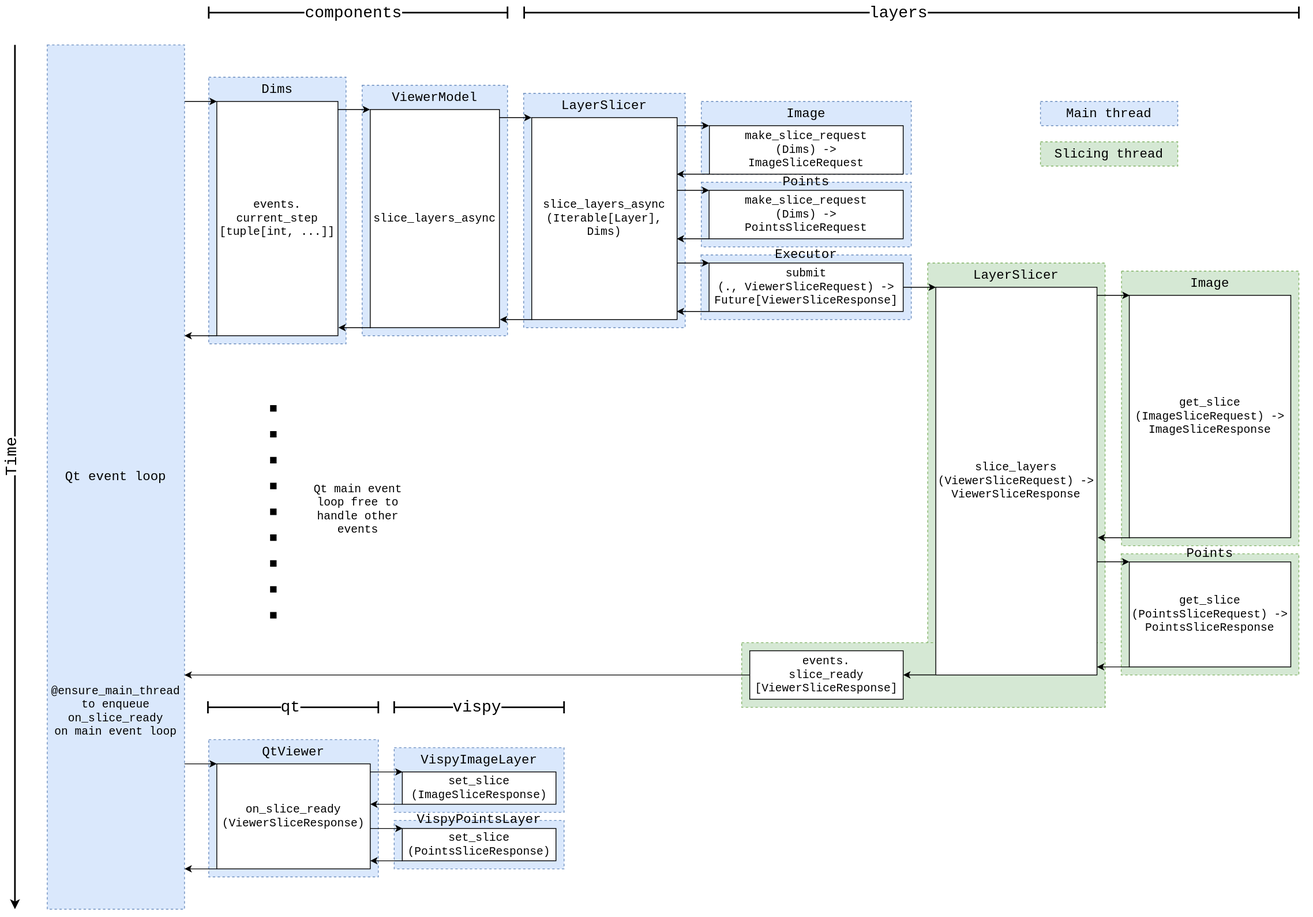
andy-sweet/napari-diagrams keeps this draw.io diagram as napari-slicing-async-calls.drawio.svg. Above is the earlier version. Source tidied: cells renumbered, new cells last; positions are measured from the earlier drawing's top-left corner, leaving out a move shared by most shapes.
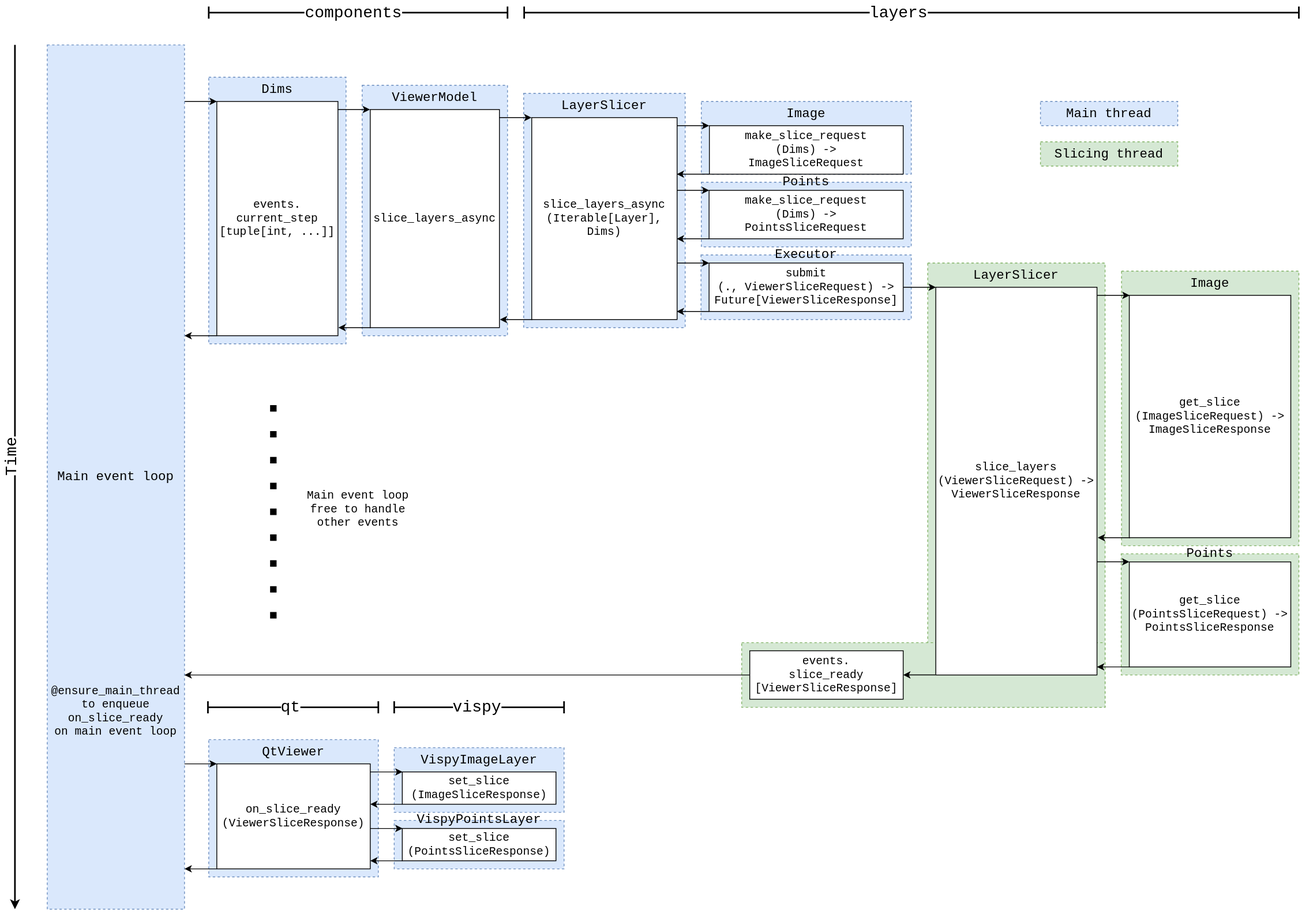
Later version of the same file.

What changed in the source:
```diff
@@ -212,7 +212,7 @@
     <mxCell id="50" value="&lt;font style=&quot;font-size: 20px;&quot;&gt;Time&lt;/font&gt;" style="edgeLabel;html=1;align=center;verticalAlign=middle;fontSize=24;horizontal=0;fontFamily=Courier New;" parent="49" vertex="1">
       <mxGeometry x="-0.04" y="-5" relative="1" as="geometry" />
     </mxCell>
-    <mxCell id="51" value="Qt event loop" style="rounded=0;whiteSpace=wrap;html=1;verticalAlign=middle;align=center;spacingLeft=0;spacingTop=0;dashed=1;fillColor=#dae8fc;strokeColor=#6c8ebf;fontSize=16;horizontal=1;fontFamily=Courier New;" parent="1" vertex="1">
+    <mxCell id="51" value="Main event loop" style="rounded=0;whiteSpace=wrap;html=1;verticalAlign=middle;align=center;spacingLeft=0;spacingTop=0;dashed=1;fillColor=#dae8fc;strokeColor=#6c8ebf;fontSize=16;horizontal=1;fontFamily=Courier New;" parent="1" vertex="1">
       <mxGeometry x="40" y="40" width="170" height="1070" as="geometry" />
     </mxCell>
     <mxCell id="52" style="endArrow=classic;html=1;rounded=0;fontSize=16;fontFamily=Courier New;" parent="1" edge="1">
@@ -290,7 +290,7 @@
         <mxPoint x="320" y="470" as="targetPoint" />
       </mxGeometry>
     </mxCell>
-    <mxCell id="67" value="&lt;font face=&quot;Courier New&quot; style=&quot;font-size: 14px;&quot;&gt;Qt main event loop free to handle other events&lt;/font&gt;" style="text;html=1;strokeColor=none;fillColor=none;align=center;verticalAlign=middle;whiteSpace=wrap;rounded=0;" parent="1" vertex="1">
+    <mxCell id="67" value="&lt;font face=&quot;Courier New&quot; style=&quot;font-size: 14px;&quot;&gt;Main event loop free to handle other events&lt;/font&gt;" style="text;html=1;strokeColor=none;fillColor=none;align=center;verticalAlign=middle;whiteSpace=wrap;rounded=0;" parent="1" vertex="1">
       <mxGeometry x="350" y="570" width="150" height="90" as="geometry" />
     </mxCell>
     <mxCell id="68" value="&lt;font face=&quot;Courier New&quot; style=&quot;font-size: 14px;&quot;&gt;@ensure_main_thread to enqueue on_slice_ready&lt;br&gt;on main event loop&lt;br&gt;&lt;/font&gt;" style="text;html=1;strokeColor=none;fillColor=none;align=center;verticalAlign=middle;whiteSpace=wrap;rounded=0;" parent="1" vertex="1">
```
